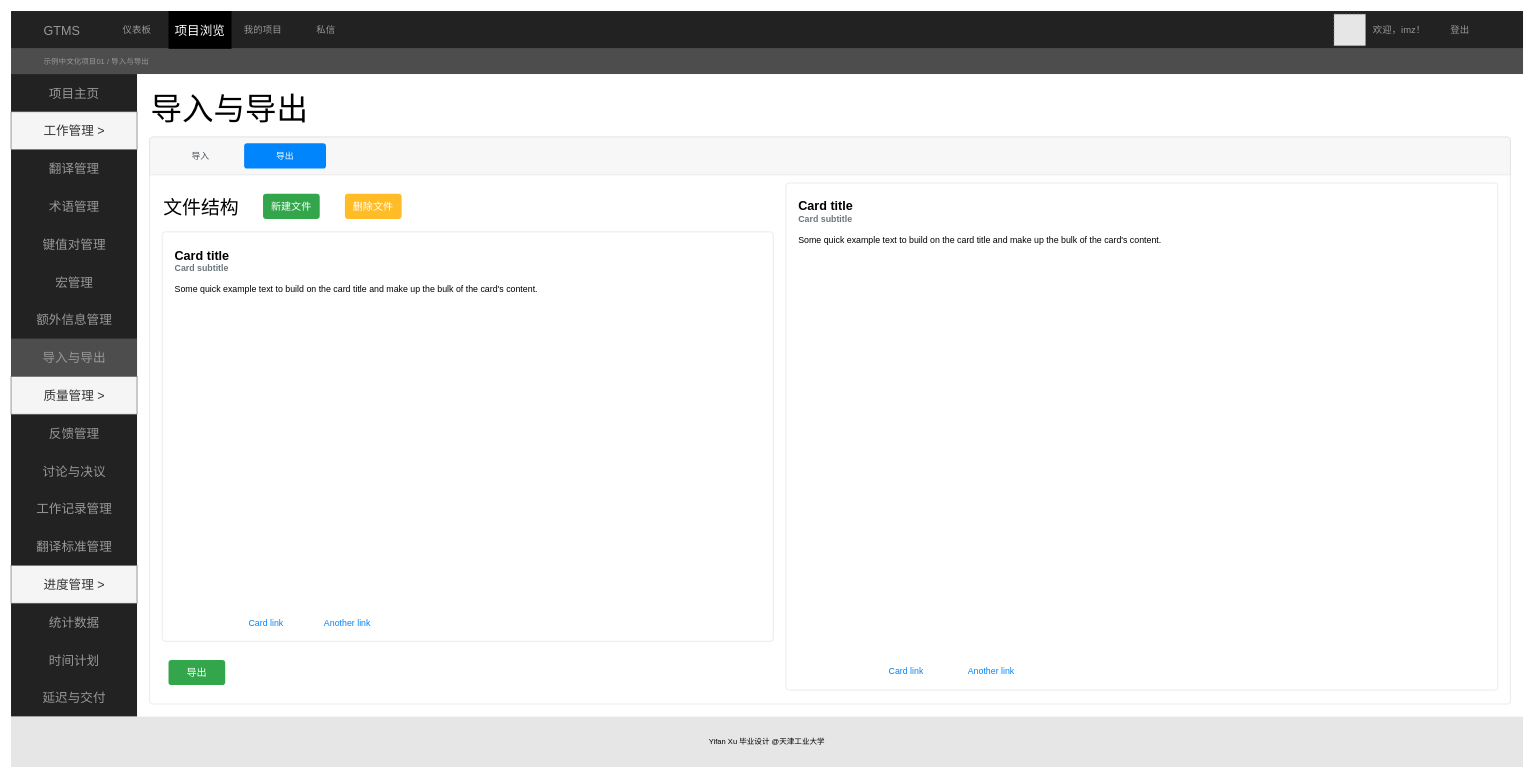
Before: 宏管理界面 的副本.drawio in icemeowzhi/bach_final_diags, a draw.io diagram. Source tidied: cells renumbered, new cells numbered last; positions are measured from the earlier drawing's top-left corner, leaving out a move shared by most shapes. Both pictures are drawn from the tidied source at 63%, with x=0, y=0 at pixel (11, 11). Pictures stored in the file or linked from it are replaced by grey dashed boxes.
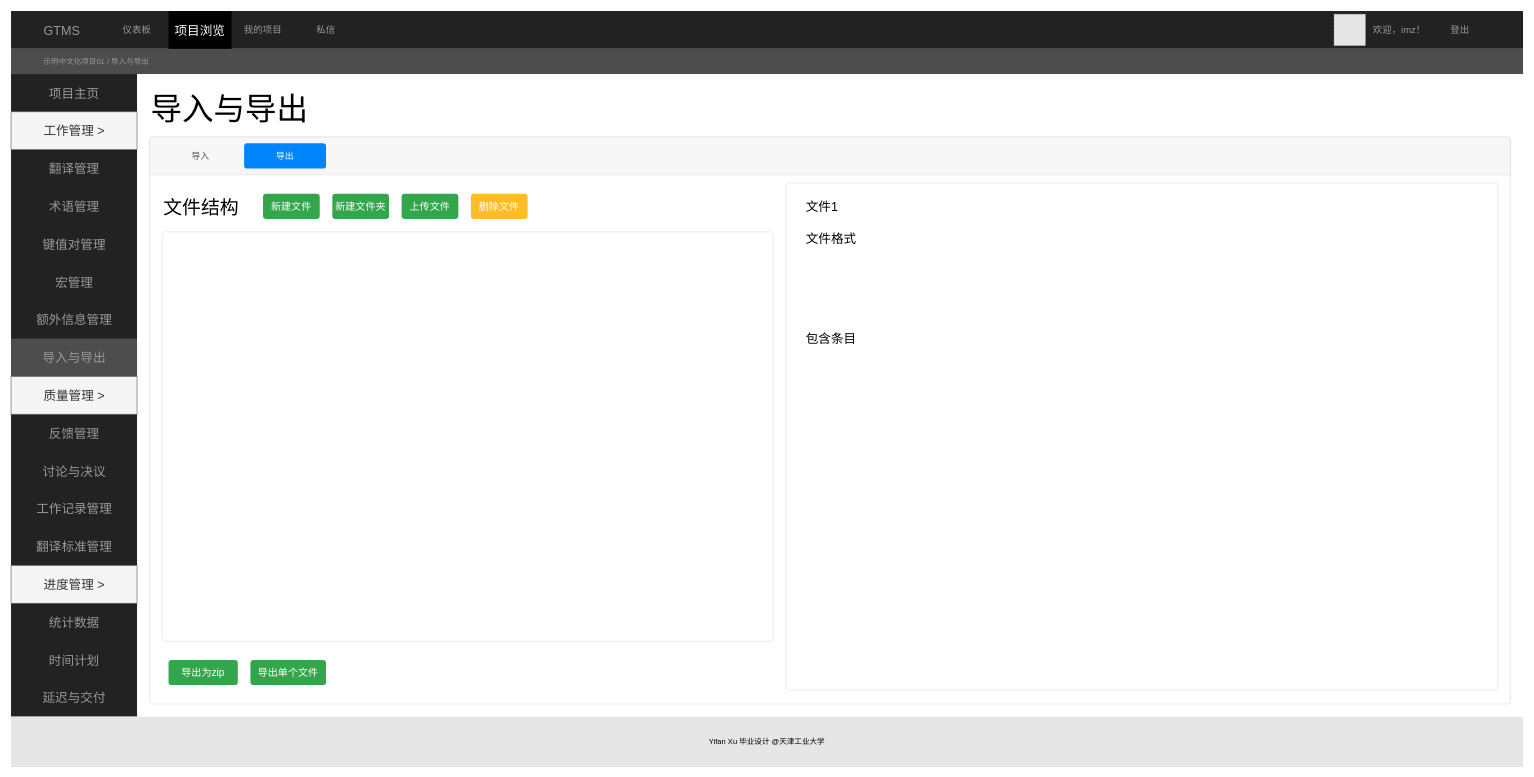
After the change.

Commit message:
更新宏管理界面 的副本.drawio

The change refers to these unchanged cells:
```xml
<mxCell id="33" style="html=1;shadow=0;dashed=0;shape=mxgraph.bootstrap.rrect;rSize=5;strokeColor=#DFDFDF;html=1;whiteSpace=wrap;fillColor=#FFFFFF;fontColor=#000000;" parent="1" vertex="1">
  <mxGeometry x="220" y="200" width="2160" height="900" as="geometry" />
</mxCell>
```

Change to the diagram source:
```diff
@@
-    <mxCell id="38" value="导出" style="html=1;shadow=0;dashed=0;shape=mxgraph.bootstrap.rrect;rSize=5;strokeColor=none;strokeWidth=1;fillColor=#33A64C;fontColor=#FFFFFF;whiteSpace=wrap;align=center;verticalAlign=middle;spacingLeft=0;fontStyle=0;fontSize=16;spacing=5;" parent="33" vertex="1">
-      <mxGeometry x="30" y="830" width="90" height="40" as="geometry" />
+    <mxCell id="38" value="导出为zip" style="html=1;shadow=0;dashed=0;shape=mxgraph.bootstrap.rrect;rSize=5;strokeColor=none;strokeWidth=1;fillColor=#33A64C;fontColor=#FFFFFF;whiteSpace=wrap;align=center;verticalAlign=middle;spacingLeft=0;fontStyle=0;fontSize=16;spacing=5;" parent="33" vertex="1">
+      <mxGeometry x="30" y="830" width="110" height="40" as="geometry" />
     </mxCell>
-    <mxCell id="39" value="&lt;b&gt;&lt;font style=&quot;font-size: 20px&quot;&gt;Card title&lt;/font&gt;&lt;/b&gt;&lt;font color=&quot;#6c767d&quot;&gt;&lt;b&gt;&lt;font style=&quot;font-size: 14px&quot;&gt;&lt;br style=&quot;font-size: 10px&quot;&gt;Card subtitle&lt;br&gt;&lt;/font&gt;&lt;/b&gt;&lt;/font&gt;&lt;br style=&quot;font-size: 14px&quot;&gt;Some quick example text to build on the card title and make up the bulk of the card's content." style="html=1;shadow=0;dashed=0;shape=mxgraph.bootstrap.rrect;rSize=5;strokeColor=#DFDFDF;html=1;whiteSpace=wrap;fillColor=#ffffff;fontColor=#000000;verticalAlign=top;align=left;spacing=20;fontSize=14;" parent="33" vertex="1">
+    <mxCell id="39" style="html=1;shadow=0;dashed=0;shape=mxgraph.bootstrap.rrect;rSize=5;strokeColor=#DFDFDF;html=1;whiteSpace=wrap;fillColor=#ffffff;fontColor=#000000;verticalAlign=top;align=left;spacing=20;fontSize=14;" parent="33" vertex="1">
       <mxGeometry x="1010" y="73" width="1130" height="805" as="geometry" />
     </mxCell>
-    <mxCell id="40" value="Card link" style="html=1;shadow=0;dashed=0;shape=mxgraph.bootstrap.rrect;rSize=5;perimeter=none;whiteSpace=wrap;fillColor=none;strokeColor=none;fontColor=#0085FC;fontSize=14;align=center;" parent="39" vertex="1">
-      <mxGeometry y="1" width="361.6" height="40" relative="1" as="geometry">
-        <mxPoint x="10" y="-50" as="offset" />
-      </mxGeometry>
-    </mxCell>
-    <mxCell id="41" value="Another link" style="html=1;shadow=0;dashed=0;shape=mxgraph.bootstrap.rrect;rSize=5;perimeter=none;whiteSpace=wrap;fillColor=none;strokeColor=none;fontColor=#0085FC;fontSize=14;align=center;" parent="39" vertex="1">
-      <mxGeometry y="1" width="452" height="40" relative="1" as="geometry">
-        <mxPoint x="100" y="-50" as="offset" />
-      </mxGeometry>
-    </mxCell>
@@
     <mxCell id="43" value="删除文件" style="html=1;shadow=0;dashed=0;shape=mxgraph.bootstrap.rrect;rSize=5;strokeColor=none;strokeWidth=1;fillColor=#FFBC26;fontColor=#FFFFFF;whiteSpace=wrap;align=center;verticalAlign=middle;spacingLeft=0;fontStyle=0;fontSize=16;spacing=5;" parent="33" vertex="1">
-      <mxGeometry x="310" y="90" width="90" height="40" as="geometry" />
+      <mxGeometry x="510" y="90" width="90" height="40" as="geometry" />
     </mxCell>
-    <mxCell id="44" value="&lt;b&gt;&lt;font style=&quot;font-size: 20px&quot;&gt;Card title&lt;/font&gt;&lt;/b&gt;&lt;font color=&quot;#6c767d&quot;&gt;&lt;b&gt;&lt;font style=&quot;font-size: 14px&quot;&gt;&lt;br style=&quot;font-size: 10px&quot;&gt;Card subtitle&lt;br&gt;&lt;/font&gt;&lt;/b&gt;&lt;/font&gt;&lt;br style=&quot;font-size: 14px&quot;&gt;Some quick example text to build on the card title and make up the bulk of the card's content." style="html=1;shadow=0;dashed=0;shape=mxgraph.bootstrap.rrect;rSize=5;strokeColor=#DFDFDF;html=1;whiteSpace=wrap;fillColor=#ffffff;fontColor=#000000;verticalAlign=top;align=left;spacing=20;fontSize=14;" parent="33" vertex="1">
+    <mxCell id="44" style="html=1;shadow=0;dashed=0;shape=mxgraph.bootstrap.rrect;rSize=5;strokeColor=#DFDFDF;html=1;whiteSpace=wrap;fillColor=#ffffff;fontColor=#000000;verticalAlign=top;align=left;spacing=20;fontSize=14;" parent="33" vertex="1">
       <mxGeometry x="20" y="150.5" width="970" height="650" as="geometry" />
     </mxCell>
-    <mxCell id="45" value="Card link" style="html=1;shadow=0;dashed=0;shape=mxgraph.bootstrap.rrect;rSize=5;perimeter=none;whiteSpace=wrap;fillColor=none;strokeColor=none;fontColor=#0085FC;fontSize=14;align=center;" parent="44" vertex="1">
-      <mxGeometry y="1" width="310.4" height="40" relative="1" as="geometry">
-        <mxPoint x="10" y="-50" as="offset" />
-      </mxGeometry>
-    </mxCell>
-    <mxCell id="46" value="Another link" style="html=1;shadow=0;dashed=0;shape=mxgraph.bootstrap.rrect;rSize=5;perimeter=none;whiteSpace=wrap;fillColor=none;strokeColor=none;fontColor=#0085FC;fontSize=14;align=center;" parent="44" vertex="1">
-      <mxGeometry y="1" width="388" height="40" relative="1" as="geometry">
-        <mxPoint x="100" y="-50" as="offset" />
-      </mxGeometry>
-    </mxCell>
+    <mxCell id="47" value="新建文件夹" style="html=1;shadow=0;dashed=0;shape=mxgraph.bootstrap.rrect;rSize=5;strokeColor=none;strokeWidth=1;fillColor=#33A64C;fontColor=#FFFFFF;whiteSpace=wrap;align=center;verticalAlign=middle;spacingLeft=0;fontStyle=0;fontSize=16;spacing=5;" parent="33" vertex="1">
+      <mxGeometry x="290" y="90" width="90" height="40" as="geometry" />
+    </mxCell>
+    <mxCell id="48" value="导出单个文件" style="html=1;shadow=0;dashed=0;shape=mxgraph.bootstrap.rrect;rSize=5;strokeColor=none;strokeWidth=1;fillColor=#33A64C;fontColor=#FFFFFF;whiteSpace=wrap;align=center;verticalAlign=middle;spacingLeft=0;fontStyle=0;fontSize=16;spacing=5;" parent="33" vertex="1">
+      <mxGeometry x="160" y="830" width="120" height="40" as="geometry" />
+    </mxCell>
+    <mxCell id="49" value="上传文件" style="html=1;shadow=0;dashed=0;shape=mxgraph.bootstrap.rrect;rSize=5;strokeColor=none;strokeWidth=1;fillColor=#33A64C;fontColor=#FFFFFF;whiteSpace=wrap;align=center;verticalAlign=middle;spacingLeft=0;fontStyle=0;fontSize=16;spacing=5;" parent="33" vertex="1">
+      <mxGeometry x="400" y="90" width="90" height="40" as="geometry" />
+    </mxCell>
+    <mxCell id="50" value="文件1" style="text;html=1;align=left;verticalAlign=middle;strokeColor=none;fillColor=none;fontSize=20;" parent="33" vertex="1">
+      <mxGeometry x="1040" y="90" width="70" height="40" as="geometry" />
+    </mxCell>
+    <mxCell id="51" value="文件格式" style="text;html=1;align=left;verticalAlign=middle;strokeColor=none;fillColor=none;fontSize=20;" parent="33" vertex="1">
+      <mxGeometry x="1040" y="140" width="100" height="40" as="geometry" />
+    </mxCell>
+    <mxCell id="52" value="包含条目" style="text;html=1;align=left;verticalAlign=middle;strokeColor=none;fillColor=none;fontSize=20;" parent="33" vertex="1">
+      <mxGeometry x="1040" y="300" width="100" height="40" as="geometry" />
+    </mxCell>
```
